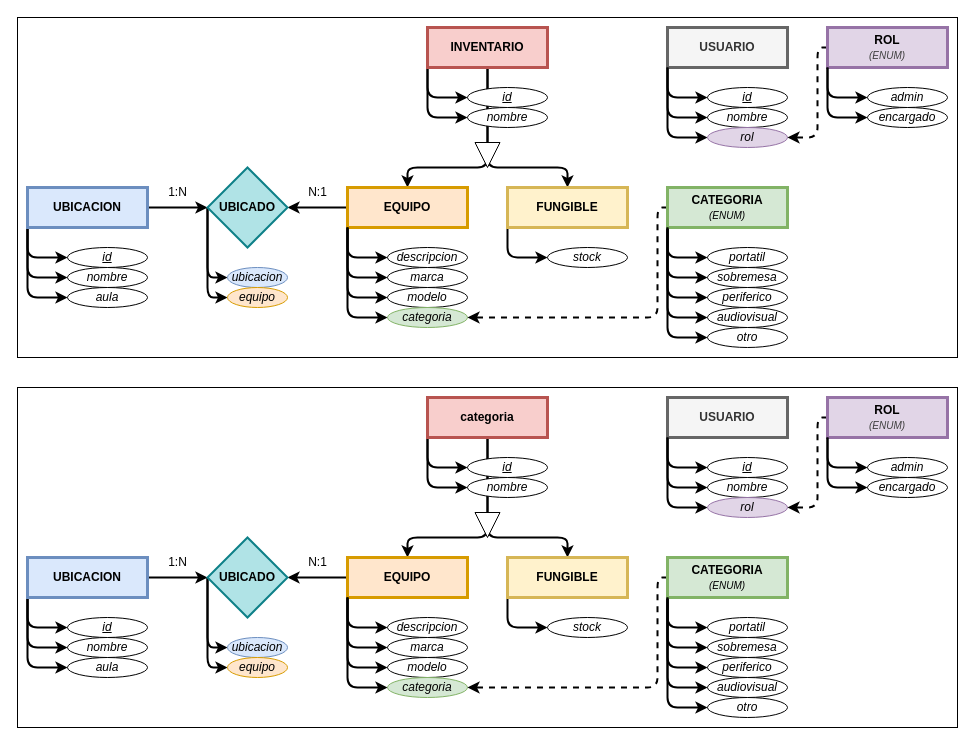
Above: page "MODELO DE DATOS" (1 of 2) of Retos/DAW_Reto_1/Reto_1_esquemaDB.dio in MedievAlex/DAW_Ejercicios (draw.io), before the change. Source tidied: cells renumbered, new cells numbered last; positions are measured from the earlier drawing's top-left corner, leaving out a move shared by most shapes. Both pictures are drawn from the tidied source at 100%, with x=0, y=0 at pixel (17, 17).
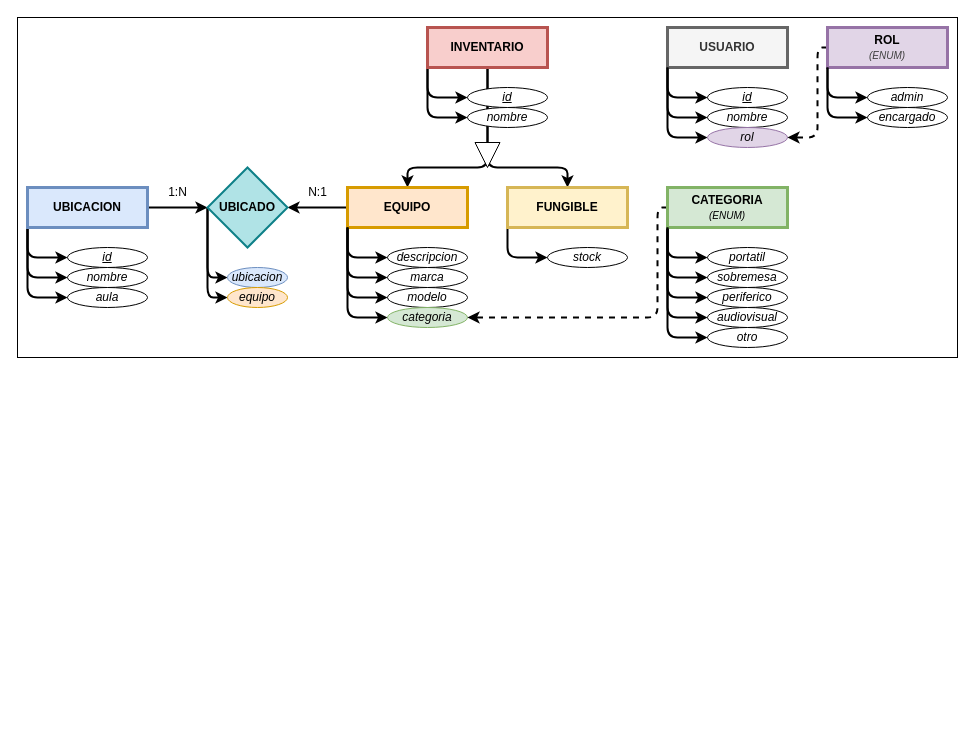
The same page after the edit.

Commit message (it also covers changes not shown here):
[RETO 1]: Actualizacion esquema y añadido los casos de uso proporcionados.

What changed in the source:
```diff
@@
-    <mxCell id="64" style="rounded=0;whiteSpace=wrap;html=1;" parent="1" vertex="1">
-      <mxGeometry y="370" width="940" height="340" as="geometry" />
-    </mxCell>
-    <mxCell id="65" style="edgeStyle=none;html=1;exitX=0;exitY=1;exitDx=0;exitDy=0;entryX=0;entryY=0.5;entryDx=0;entryDy=0;strokeWidth=2;" parent="1" edge="1" source="70" target="83">
-      <mxGeometry relative="1" as="geometry">
-        <Array as="points">
-          <mxPoint x="410" y="450" />
-        </Array>
-      </mxGeometry>
-    </mxCell>
-    <mxCell id="66" style="edgeStyle=none;html=1;exitX=0;exitY=1;exitDx=0;exitDy=0;entryX=0;entryY=0.5;entryDx=0;entryDy=0;strokeWidth=2;" parent="1" edge="1" source="70" target="84">
-      <mxGeometry relative="1" as="geometry">
-        <Array as="points">
-          <mxPoint x="410" y="470" />
-        </Array>
-      </mxGeometry>
-    </mxCell>
-    <mxCell id="67" style="edgeStyle=none;html=1;exitX=0;exitY=1;exitDx=0;exitDy=0;entryX=0;entryY=0.5;entryDx=0;entryDy=0;strokeWidth=2;" parent="1" edge="1" source="74" target="86">
-      <mxGeometry relative="1" as="geometry">
-        <Array as="points">
-          <mxPoint x="490" y="610" />
-        </Array>
-      </mxGeometry>
-    </mxCell>
-    <mxCell id="68" style="edgeStyle=none;html=1;exitX=0.5;exitY=1;exitDx=0;exitDy=0;entryX=0.5;entryY=0;entryDx=0;entryDy=0;strokeWidth=2;" parent="1" edge="1" source="70" target="73">
-      <mxGeometry relative="1" as="geometry">
-        <Array as="points">
-          <mxPoint x="470" y="520" />
-          <mxPoint x="390" y="520" />
-        </Array>
-      </mxGeometry>
-    </mxCell>
-    <mxCell id="69" style="edgeStyle=none;html=1;exitX=0.5;exitY=1;exitDx=0;exitDy=0;entryX=0.5;entryY=0;entryDx=0;entryDy=0;strokeWidth=2;" parent="1" edge="1" source="70" target="74">
-      <mxGeometry relative="1" as="geometry">
-        <Array as="points">
-          <mxPoint x="470" y="520" />
-          <mxPoint x="550" y="520" />
-        </Array>
-      </mxGeometry>
-    </mxCell>
-    <mxCell id="70" value="&lt;span style=&quot;color: rgb(0, 0, 0);&quot;&gt;categoria&lt;/span&gt;" style="rounded=0;whiteSpace=wrap;html=1;strokeWidth=3;fontStyle=1;fillColor=#f8cecc;strokeColor=#b85450;" parent="1" vertex="1">
-      <mxGeometry x="410" y="380" width="120" height="40" as="geometry" />
-    </mxCell>
-    <mxCell id="71" style="edgeStyle=none;html=1;exitX=0;exitY=1;exitDx=0;exitDy=0;entryX=0;entryY=0.5;entryDx=0;entryDy=0;strokeWidth=2;" parent="1" edge="1" source="73" target="85">
-      <mxGeometry relative="1" as="geometry">
-        <Array as="points">
-          <mxPoint x="330" y="610" />
-        </Array>
-      </mxGeometry>
-    </mxCell>
-    <mxCell id="72" style="edgeStyle=none;html=1;exitX=0;exitY=0.5;exitDx=0;exitDy=0;entryX=1;entryY=0.5;entryDx=0;entryDy=0;strokeWidth=2;" parent="1" edge="1" source="73" target="120">
-      <mxGeometry relative="1" as="geometry" />
-    </mxCell>
-    <mxCell id="73" value="&lt;span style=&quot;color: rgb(0, 0, 0);&quot;&gt;EQUIPO&lt;/span&gt;" style="rounded=0;whiteSpace=wrap;html=1;strokeWidth=3;fontStyle=1;fillColor=#ffe6cc;strokeColor=#d79b00;" parent="1" vertex="1">
-      <mxGeometry x="330" y="540" width="120" height="40" as="geometry" />
-    </mxCell>
-    <mxCell id="74" value="FUNGIBLE" style="rounded=0;whiteSpace=wrap;html=1;strokeWidth=3;fontStyle=1;fillColor=#fff2cc;strokeColor=#d6b656;" parent="1" vertex="1">
-      <mxGeometry x="490" y="540" width="120" height="40" as="geometry" />
-    </mxCell>
-    <mxCell id="75" style="edgeStyle=none;html=1;exitX=0;exitY=1;exitDx=0;exitDy=0;entryX=0;entryY=0.5;entryDx=0;entryDy=0;strokeWidth=2;" parent="1" edge="1" source="79" target="80">
-      <mxGeometry relative="1" as="geometry">
-        <Array as="points">
-          <mxPoint x="10" y="610" />
-        </Array>
-      </mxGeometry>
-    </mxCell>
-    <mxCell id="76" style="edgeStyle=none;html=1;exitX=0;exitY=1;exitDx=0;exitDy=0;entryX=0;entryY=0.5;entryDx=0;entryDy=0;strokeWidth=2;" parent="1" edge="1" source="79" target="81">
-      <mxGeometry relative="1" as="geometry">
-        <Array as="points">
-          <mxPoint x="10" y="630" />
-        </Array>
-      </mxGeometry>
-    </mxCell>
-    <mxCell id="77" style="edgeStyle=none;html=1;exitX=0;exitY=1;exitDx=0;exitDy=0;entryX=0;entryY=0.5;entryDx=0;entryDy=0;strokeWidth=2;" parent="1" edge="1" source="79" target="82">
-      <mxGeometry relative="1" as="geometry">
-        <Array as="points">
-          <mxPoint x="10" y="650" />
-        </Array>
-      </mxGeometry>
-    </mxCell>
-    <mxCell id="78" style="edgeStyle=none;html=1;exitX=1;exitY=0.5;exitDx=0;exitDy=0;entryX=0;entryY=0.5;entryDx=0;entryDy=0;strokeWidth=2;" parent="1" edge="1" source="79" target="120">
-      <mxGeometry relative="1" as="geometry" />
-    </mxCell>
-    <mxCell id="79" value="UBICACION" style="rounded=0;whiteSpace=wrap;html=1;strokeWidth=3;fontStyle=1;fillColor=#dae8fc;strokeColor=#6c8ebf;" parent="1" vertex="1">
-      <mxGeometry x="10" y="540" width="120" height="40" as="geometry" />
-    </mxCell>
-    <mxCell id="80" value="id" style="ellipse;whiteSpace=wrap;html=1;fontStyle=6;" parent="1" vertex="1">
-      <mxGeometry x="50" y="600" width="80" height="20" as="geometry" />
-    </mxCell>
-    <mxCell id="81" value="nombre" style="ellipse;whiteSpace=wrap;html=1;fontStyle=2;" parent="1" vertex="1">
-      <mxGeometry x="50" y="620" width="80" height="20" as="geometry" />
-    </mxCell>
-    <mxCell id="82" value="aula" style="ellipse;whiteSpace=wrap;html=1;fontStyle=2;" parent="1" vertex="1">
-      <mxGeometry x="50" y="640" width="80" height="20" as="geometry" />
-    </mxCell>
-    <mxCell id="83" value="id" style="ellipse;whiteSpace=wrap;html=1;fontStyle=6;" parent="1" vertex="1">
-      <mxGeometry x="450" y="440" width="80" height="20" as="geometry" />
-    </mxCell>
-    <mxCell id="84" value="nombre" style="ellipse;whiteSpace=wrap;html=1;fontStyle=2;" parent="1" vertex="1">
-      <mxGeometry x="450" y="460" width="80" height="20" as="geometry" />
-    </mxCell>
-    <mxCell id="85" value="descripcion" style="ellipse;whiteSpace=wrap;html=1;fontStyle=2;" parent="1" vertex="1">
-      <mxGeometry x="370" y="600" width="80" height="20" as="geometry" />
-    </mxCell>
-    <mxCell id="86" value="stock" style="ellipse;whiteSpace=wrap;html=1;fontStyle=2;" parent="1" vertex="1">
-      <mxGeometry x="530" y="600" width="80" height="20" as="geometry" />
-    </mxCell>
-    <mxCell id="87" style="edgeStyle=none;html=1;exitX=0;exitY=1;exitDx=0;exitDy=0;entryX=0;entryY=0.5;entryDx=0;entryDy=0;strokeWidth=2;" parent="1" edge="1" source="88" target="93">
-      <mxGeometry relative="1" as="geometry">
-        <Array as="points">
-          <mxPoint x="650" y="490" />
-        </Array>
-      </mxGeometry>
-    </mxCell>
-    <mxCell id="88" value="USUARIO" style="rounded=0;whiteSpace=wrap;html=1;strokeWidth=3;fontStyle=1;fillColor=#f5f5f5;strokeColor=#666666;fontColor=#333333;" parent="1" vertex="1">
-      <mxGeometry x="650" y="380" width="120" height="40" as="geometry" />
-    </mxCell>
-    <mxCell id="89" style="edgeStyle=none;html=1;exitX=0;exitY=1;exitDx=0;exitDy=0;entryX=0;entryY=0.5;entryDx=0;entryDy=0;strokeWidth=2;" parent="1" edge="1" source="88" target="91">
-      <mxGeometry relative="1" as="geometry">
-        <Array as="points">
-          <mxPoint x="650" y="450" />
-        </Array>
-      </mxGeometry>
-    </mxCell>
-    <mxCell id="90" style="edgeStyle=none;html=1;exitX=0;exitY=1;exitDx=0;exitDy=0;entryX=0;entryY=0.5;entryDx=0;entryDy=0;strokeWidth=2;" parent="1" edge="1" source="88" target="92">
-      <mxGeometry relative="1" as="geometry">
-        <Array as="points">
-          <mxPoint x="650" y="470" />
-        </Array>
-      </mxGeometry>
-    </mxCell>
-    <mxCell id="91" value="id" style="ellipse;whiteSpace=wrap;html=1;fontStyle=6;" parent="1" vertex="1">
-      <mxGeometry x="690" y="440" width="80" height="20" as="geometry" />
-    </mxCell>
-    <mxCell id="92" value="nombre" style="ellipse;whiteSpace=wrap;html=1;fontStyle=2;" parent="1" vertex="1">
-      <mxGeometry x="690" y="460" width="80" height="20" as="geometry" />
-    </mxCell>
-    <mxCell id="93" value="rol" style="ellipse;whiteSpace=wrap;html=1;fontStyle=2;fillColor=#e1d5e7;strokeColor=#9673a6;" parent="1" vertex="1">
-      <mxGeometry x="690" y="480" width="80" height="20" as="geometry" />
-    </mxCell>
-    <mxCell id="94" style="edgeStyle=none;html=1;exitX=0;exitY=1;exitDx=0;exitDy=0;entryX=0;entryY=0.5;entryDx=0;entryDy=0;strokeWidth=2;" parent="1" edge="1" source="73" target="96">
-      <mxGeometry relative="1" as="geometry">
-        <Array as="points">
-          <mxPoint x="330" y="650" />
-        </Array>
-      </mxGeometry>
-    </mxCell>
-    <mxCell id="95" style="edgeStyle=none;html=1;exitX=0;exitY=1;exitDx=0;exitDy=0;entryX=0;entryY=0.5;entryDx=0;entryDy=0;strokeWidth=2;" parent="1" edge="1" source="73" target="97">
-      <mxGeometry relative="1" as="geometry">
-        <Array as="points">
-          <mxPoint x="330" y="630" />
-        </Array>
-      </mxGeometry>
-    </mxCell>
-    <mxCell id="96" value="modelo" style="ellipse;whiteSpace=wrap;html=1;fontStyle=2;" parent="1" vertex="1">
-      <mxGeometry x="370" y="640" width="80" height="20" as="geometry" />
-    </mxCell>
-    <mxCell id="97" value="marca" style="ellipse;whiteSpace=wrap;html=1;fontStyle=2;" parent="1" vertex="1">
-      <mxGeometry x="370" y="620" width="80" height="20" as="geometry" />
-    </mxCell>
-    <mxCell id="98" value="categoria" style="ellipse;whiteSpace=wrap;html=1;fontStyle=2;fillColor=#d5e8d4;strokeColor=#82b366;" parent="1" vertex="1">
-      <mxGeometry x="370" y="660" width="80" height="20" as="geometry" />
-    </mxCell>
-    <mxCell id="99" style="edgeStyle=none;html=1;exitX=0;exitY=1;exitDx=0;exitDy=0;entryX=0;entryY=0.5;entryDx=0;entryDy=0;strokeWidth=2;" parent="1" edge="1" source="73" target="98">
-      <mxGeometry relative="1" as="geometry">
-        <Array as="points">
-          <mxPoint x="330" y="670" />
-        </Array>
-      </mxGeometry>
-    </mxCell>
-    <mxCell id="100" style="edgeStyle=none;html=1;exitX=0;exitY=1;exitDx=0;exitDy=0;entryX=0;entryY=0.5;entryDx=0;entryDy=0;strokeWidth=2;" parent="1" edge="1" source="104" target="109">
-      <mxGeometry relative="1" as="geometry">
-        <Array as="points">
-          <mxPoint x="650" y="650" />
-        </Array>
-      </mxGeometry>
-    </mxCell>
-    <mxCell id="101" style="edgeStyle=none;html=1;exitX=0;exitY=1;exitDx=0;exitDy=0;entryX=0;entryY=0.5;entryDx=0;entryDy=0;strokeWidth=2;" parent="1" edge="1" source="104" target="110">
-      <mxGeometry relative="1" as="geometry">
-        <Array as="points">
-          <mxPoint x="650" y="670" />
-        </Array>
-      </mxGeometry>
-    </mxCell>
-    <mxCell id="102" style="edgeStyle=none;html=1;exitX=0;exitY=1;exitDx=0;exitDy=0;entryX=0;entryY=0.5;entryDx=0;entryDy=0;strokeWidth=2;" parent="1" edge="1" source="104" target="111">
-      <mxGeometry relative="1" as="geometry">
-        <Array as="points">
-          <mxPoint x="650" y="690" />
-        </Array>
-      </mxGeometry>
-    </mxCell>
-    <mxCell id="103" style="edgeStyle=none;html=1;exitX=0;exitY=0.5;exitDx=0;exitDy=0;entryX=1;entryY=0.5;entryDx=0;entryDy=0;strokeWidth=2;dashed=1;" parent="1" edge="1" source="104" target="98">
-      <mxGeometry relative="1" as="geometry">
-        <Array as="points">
-          <mxPoint x="640" y="560" />
-          <mxPoint x="640" y="670" />
-        </Array>
-      </mxGeometry>
-    </mxCell>
-    <mxCell id="104" value="CATEGORIA&lt;div&gt;&lt;font size=&quot;1&quot;&gt;&lt;span style=&quot;font-weight: normal;&quot;&gt;&lt;i&gt;(ENUM)&lt;/i&gt;&lt;/span&gt;&lt;/font&gt;&lt;/div&gt;" style="rounded=0;whiteSpace=wrap;html=1;strokeWidth=3;fontStyle=1;fillColor=#d5e8d4;strokeColor=#82b366;" parent="1" vertex="1">
-      <mxGeometry x="650" y="540" width="120" height="40" as="geometry" />
-    </mxCell>
-    <mxCell id="105" style="edgeStyle=none;html=1;exitX=0;exitY=1;exitDx=0;exitDy=0;entryX=0;entryY=0.5;entryDx=0;entryDy=0;strokeWidth=2;" parent="1" edge="1" source="104" target="107">
-      <mxGeometry relative="1" as="geometry">
-        <Array as="points">
-          <mxPoint x="650" y="610" />
-        </Array>
-      </mxGeometry>
-    </mxCell>
-    <mxCell id="106" style="edgeStyle=none;html=1;exitX=0;exitY=1;exitDx=0;exitDy=0;entryX=0;entryY=0.5;entryDx=0;entryDy=0;strokeWidth=2;" parent="1" edge="1" source="104" target="108">
-      <mxGeometry relative="1" as="geometry">
-        <Array as="points">
-          <mxPoint x="650" y="630" />
-        </Array>
-      </mxGeometry>
-    </mxCell>
-    <mxCell id="107" value="portatil" style="ellipse;whiteSpace=wrap;html=1;fontStyle=2;" parent="1" vertex="1">
-      <mxGeometry x="690" y="600" width="80" height="20" as="geometry" />
-    </mxCell>
-    <mxCell id="108" value="sobremesa" style="ellipse;whiteSpace=wrap;html=1;fontStyle=2;" parent="1" vertex="1">
-      <mxGeometry x="690" y="620" width="80" height="20" as="geometry" />
-    </mxCell>
-    <mxCell id="109" value="periferico" style="ellipse;whiteSpace=wrap;html=1;fontStyle=2;" parent="1" vertex="1">
-      <mxGeometry x="690" y="640" width="80" height="20" as="geometry" />
-    </mxCell>
-    <mxCell id="110" value="audiovisual" style="ellipse;whiteSpace=wrap;html=1;fontStyle=2;" parent="1" vertex="1">
-      <mxGeometry x="690" y="660" width="80" height="20" as="geometry" />
-    </mxCell>
-    <mxCell id="111" value="otro" style="ellipse;whiteSpace=wrap;html=1;fontStyle=2;" parent="1" vertex="1">
-      <mxGeometry x="690" y="680" width="80" height="20" as="geometry" />
-    </mxCell>
-    <mxCell id="112" style="edgeStyle=none;html=1;exitX=0;exitY=0.5;exitDx=0;exitDy=0;entryX=1;entryY=0.5;entryDx=0;entryDy=0;strokeWidth=2;dashed=1;" parent="1" edge="1" source="113" target="93">
-      <mxGeometry relative="1" as="geometry">
-        <Array as="points">
-          <mxPoint x="800" y="400" />
-          <mxPoint x="800" y="490" />
-        </Array>
-      </mxGeometry>
-    </mxCell>
-    <mxCell id="113" value="ROL&lt;div&gt;&lt;i style=&quot;color: rgb(63, 63, 63); scrollbar-color: rgb(226, 226, 226) rgb(251, 251, 251); font-size: x-small; font-weight: 400;&quot;&gt;(ENUM)&lt;/i&gt;&lt;/div&gt;" style="rounded=0;whiteSpace=wrap;html=1;strokeWidth=3;fontStyle=1;fillColor=#e1d5e7;strokeColor=#9673a6;" parent="1" vertex="1">
-      <mxGeometry x="810" y="380" width="120" height="40" as="geometry" />
-    </mxCell>
-    <mxCell id="114" style="edgeStyle=none;html=1;exitX=0;exitY=1;exitDx=0;exitDy=0;entryX=0;entryY=0.5;entryDx=0;entryDy=0;strokeWidth=2;" parent="1" edge="1" source="113" target="116">
-      <mxGeometry relative="1" as="geometry">
-        <Array as="points">
-          <mxPoint x="810" y="450" />
-        </Array>
-      </mxGeometry>
-    </mxCell>
-    <mxCell id="115" style="edgeStyle=none;html=1;exitX=0;exitY=1;exitDx=0;exitDy=0;entryX=0;entryY=0.5;entryDx=0;entryDy=0;strokeWidth=2;" parent="1" edge="1" source="113" target="117">
-      <mxGeometry relative="1" as="geometry">
-        <Array as="points">
-          <mxPoint x="810" y="470" />
-        </Array>
-      </mxGeometry>
-    </mxCell>
-    <mxCell id="116" value="admin" style="ellipse;whiteSpace=wrap;html=1;fontStyle=2;" parent="1" vertex="1">
-      <mxGeometry x="850" y="440" width="80" height="20" as="geometry" />
-    </mxCell>
-    <mxCell id="117" value="encargado" style="ellipse;whiteSpace=wrap;html=1;fontStyle=2;" parent="1" vertex="1">
-      <mxGeometry x="850" y="460" width="80" height="20" as="geometry" />
-    </mxCell>
-    <mxCell id="118" style="edgeStyle=none;html=1;exitX=0;exitY=0.5;exitDx=0;exitDy=0;entryX=0;entryY=0.5;entryDx=0;entryDy=0;strokeWidth=2;" parent="1" edge="1" source="120" target="123">
-      <mxGeometry relative="1" as="geometry">
-        <Array as="points">
-          <mxPoint x="190" y="630" />
-        </Array>
-      </mxGeometry>
-    </mxCell>
-    <mxCell id="119" style="edgeStyle=none;html=1;exitX=0;exitY=0.5;exitDx=0;exitDy=0;entryX=0;entryY=0.5;entryDx=0;entryDy=0;strokeWidth=2;" parent="1" edge="1" source="120" target="124">
-      <mxGeometry relative="1" as="geometry">
-        <Array as="points">
-          <mxPoint x="190" y="650" />
-        </Array>
-      </mxGeometry>
-    </mxCell>
-    <mxCell id="120" value="&lt;b&gt;UBICADO&lt;/b&gt;" style="rhombus;whiteSpace=wrap;html=1;strokeWidth=2;fillColor=#b0e3e6;strokeColor=#0e8088;" parent="1" vertex="1">
-      <mxGeometry x="190" y="520" width="80" height="80" as="geometry" />
-    </mxCell>
-    <mxCell id="121" value="N:1" style="text;html=1;align=center;verticalAlign=middle;strokeColor=none;fillColor=none;" parent="1" vertex="1">
-      <mxGeometry x="280" y="530" width="40" height="30" as="geometry" />
-    </mxCell>
-    <mxCell id="122" value="1:N" style="text;html=1;align=center;verticalAlign=middle;strokeColor=none;fillColor=none;" parent="1" vertex="1">
-      <mxGeometry x="140" y="530" width="40" height="30" as="geometry" />
-    </mxCell>
-    <mxCell id="123" value="ubicacion" style="ellipse;whiteSpace=wrap;html=1;fontStyle=2;fillColor=#dae8fc;strokeColor=#6c8ebf;" parent="1" vertex="1">
-      <mxGeometry x="210" y="620" width="60" height="20" as="geometry" />
-    </mxCell>
-    <mxCell id="124" value="equipo" style="ellipse;whiteSpace=wrap;html=1;fontStyle=2;fillColor=#ffe6cc;strokeColor=#d79b00;" parent="1" vertex="1">
-      <mxGeometry x="210" y="640" width="60" height="20" as="geometry" />
-    </mxCell>
-    <mxCell id="125" style="triangle;whiteSpace=wrap;html=1;rotation=90;" parent="1" vertex="1">
-      <mxGeometry x="457.5" y="495" width="25" height="25" as="geometry" />
-    </mxCell>
```
